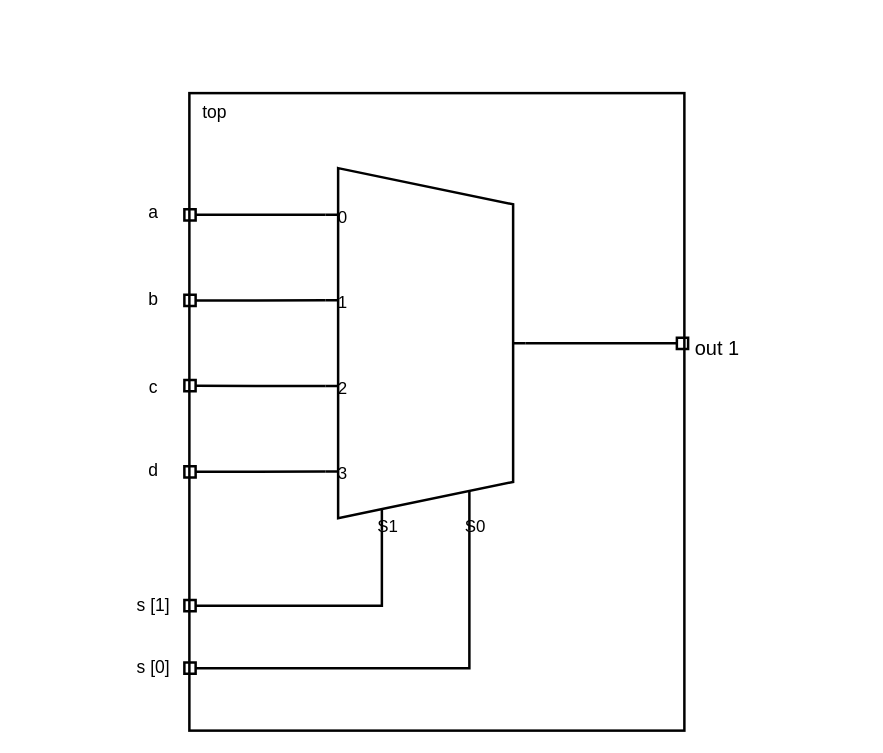
This is Fig 10.8.drawio from T-Maharshi-Sanand-Yadav/draw.io, a draw.io file, before an edit. Source tidied: cells renumbered, new cells numbered last; positions are measured from the earlier drawing's top-left corner, leaving out a move shared by most shapes. Both pictures are drawn from the tidied source at 125%, with x=0, y=0 at pixel (125, 92).
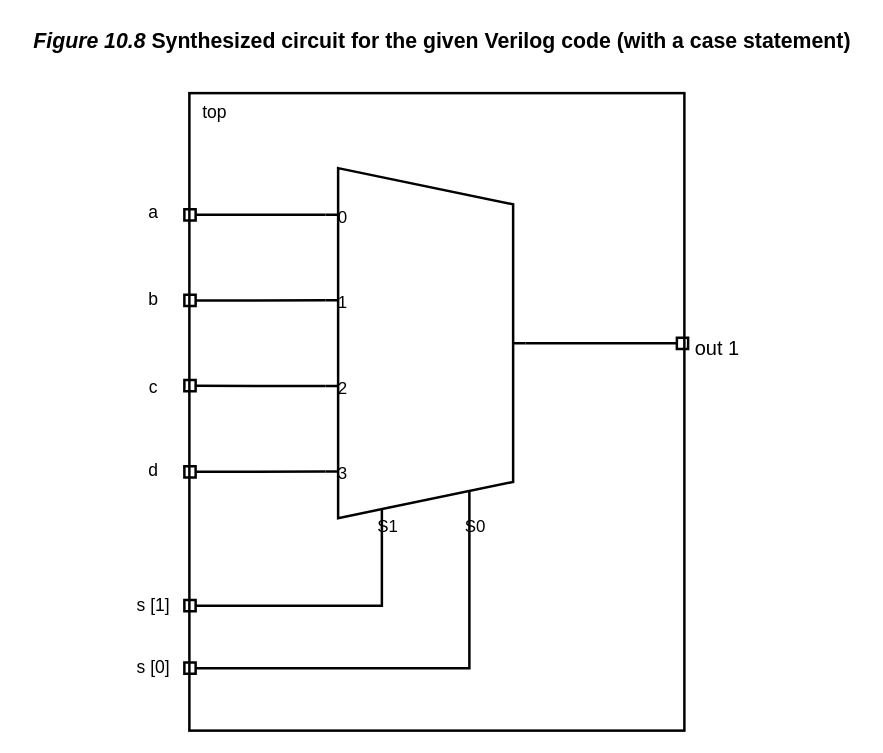
After the change.

Diff of the diagram source:
```diff
@@
+    <mxCell id="19" value="&lt;b&gt;&lt;em&gt;Figure 10.8&lt;/em&gt; Synthesized circuit for the given Verilog code (with a case statement)&lt;/b&gt;" style="text;html=1;align=center;verticalAlign=middle;strokeColor=none;fillColor=none;fontSize=17;" parent="1" vertex="1">
+      <mxGeometry x="-83" y="-57" width="672" height="32" as="geometry" />
+    </mxCell>
```
